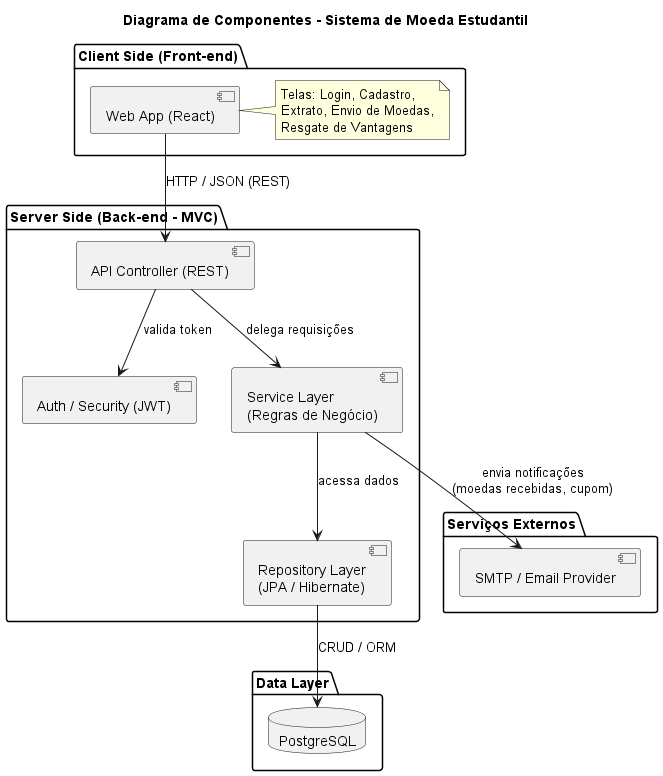
Above: docs/DiagramaComponentes.png in Gb1201/SistemaMoedaEstudantil (PlantUML), before the change.
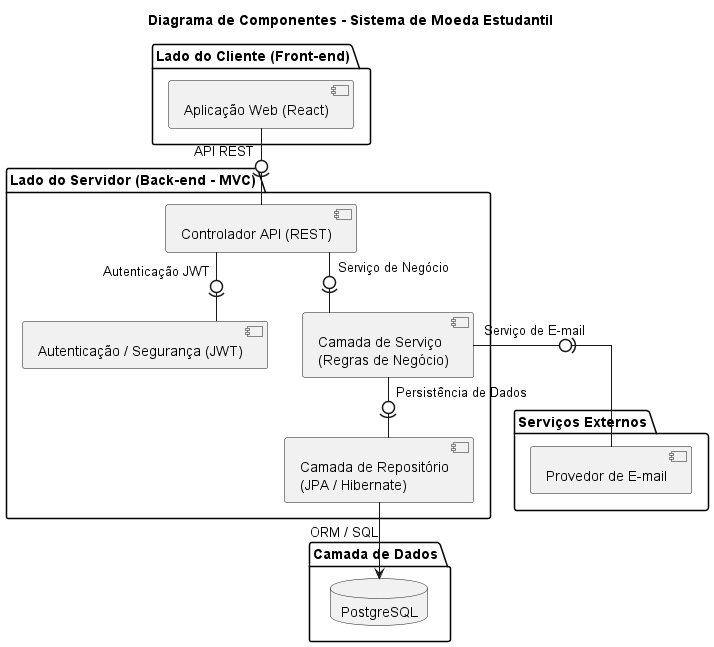
Later version of the same file.

Change to the diagram source:
```diff
@@ -1,39 +1,33 @@
 @startuml
 title Diagrama de Componentes - Sistema de Moeda Estudantil
 
-package "Client Side (Front-end)" {
-  component "Web App (React)" as ReactApp
+skinparam linetype ortho
 
-  note right of ReactApp
-    Telas: Login, Cadastro,
-    Extrato, Envio de Moedas,
-    Resgate de Vantagens
-  end note
+package "Lado do Cliente (Front-end)" {
+  component "Aplicação Web (React)" as ReactApp
 }
 
-package "Server Side (Back-end - MVC)" {
-
-  component "API Controller (REST)" as API
-  component "Auth / Security (JWT)" as Auth
-  component "Service Layer\n(Regras de Negócio)" as Service
-  component "Repository Layer\n(JPA / Hibernate)" as Repo
-
-  API --> Auth : valida token
-  API --> Service : delega requisições
-  Service --> Repo : acessa dados
+package "Lado do Servidor (Back-end - MVC)" {
+  component "Controlador API (REST)" as API
+  component "Autenticação / Segurança (JWT)" as Auth
+  component "Camada de Serviço\n(Regras de Negócio)" as Service
+  component "Camada de Repositório\n(JPA / Hibernate)" as Repo
 }
 
 package "Serviços Externos" {
-  component "SMTP / Email Provider" as Email
+  component "Provedor de E-mail" as Email
 }
 
-Service --> Email : envia notificações\n(moedas recebidas, cupom)
-
-package "Data Layer" {
+package "Camada de Dados" {
   database "PostgreSQL" as DB
 }
 
-ReactApp --> API : HTTP / JSON (REST)
-Repo --> DB : CRUD / ORM
+ReactApp  -0)-  API     : API REST
+API       -0)-  Auth    : Autenticação JWT
+API       -0)-  Service : Serviço de Negócio
+Service   -0)-  Repo    : Persistência de Dados
+Service   -0)-  Email   : Serviço de E-mail
+
+Repo --> DB : ORM / SQL
 
 @enduml
```
